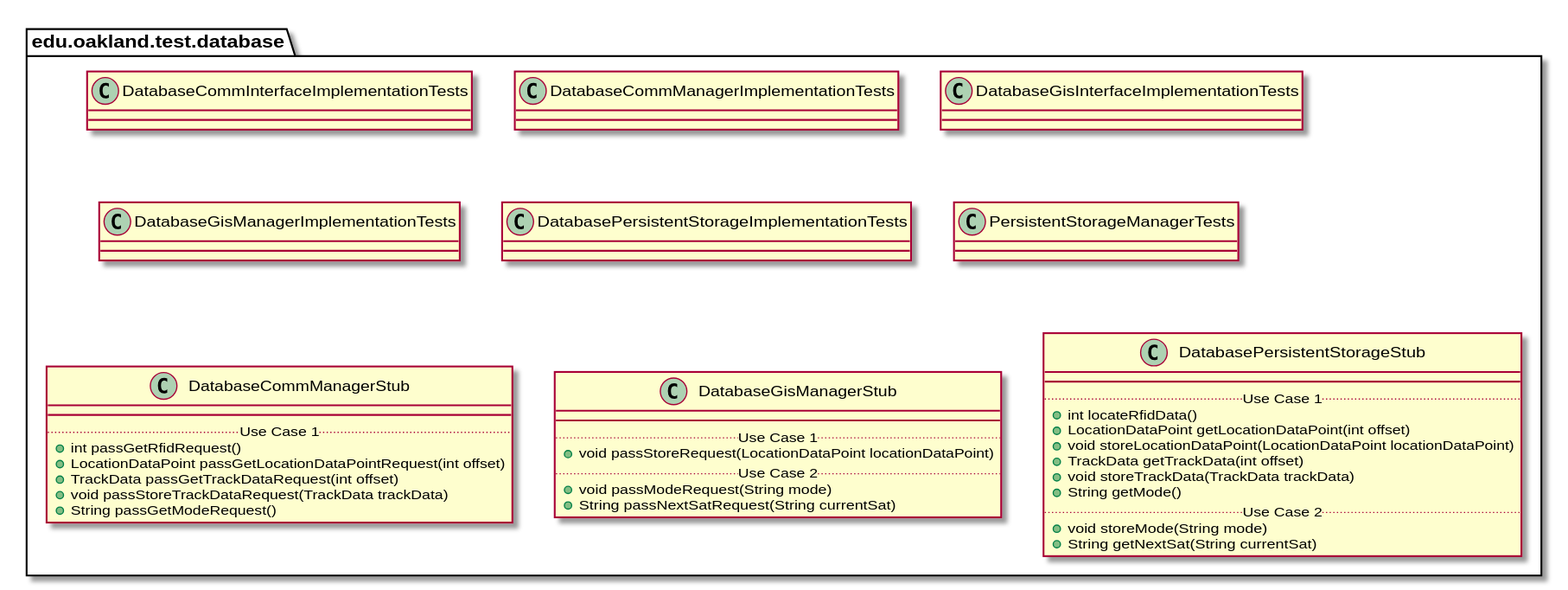
The PlantUML diagram docs/uml-class-diagrams/database/test/DatabaseTestPackage.svg in elilley15/csi-3370-software-project, before a commit.
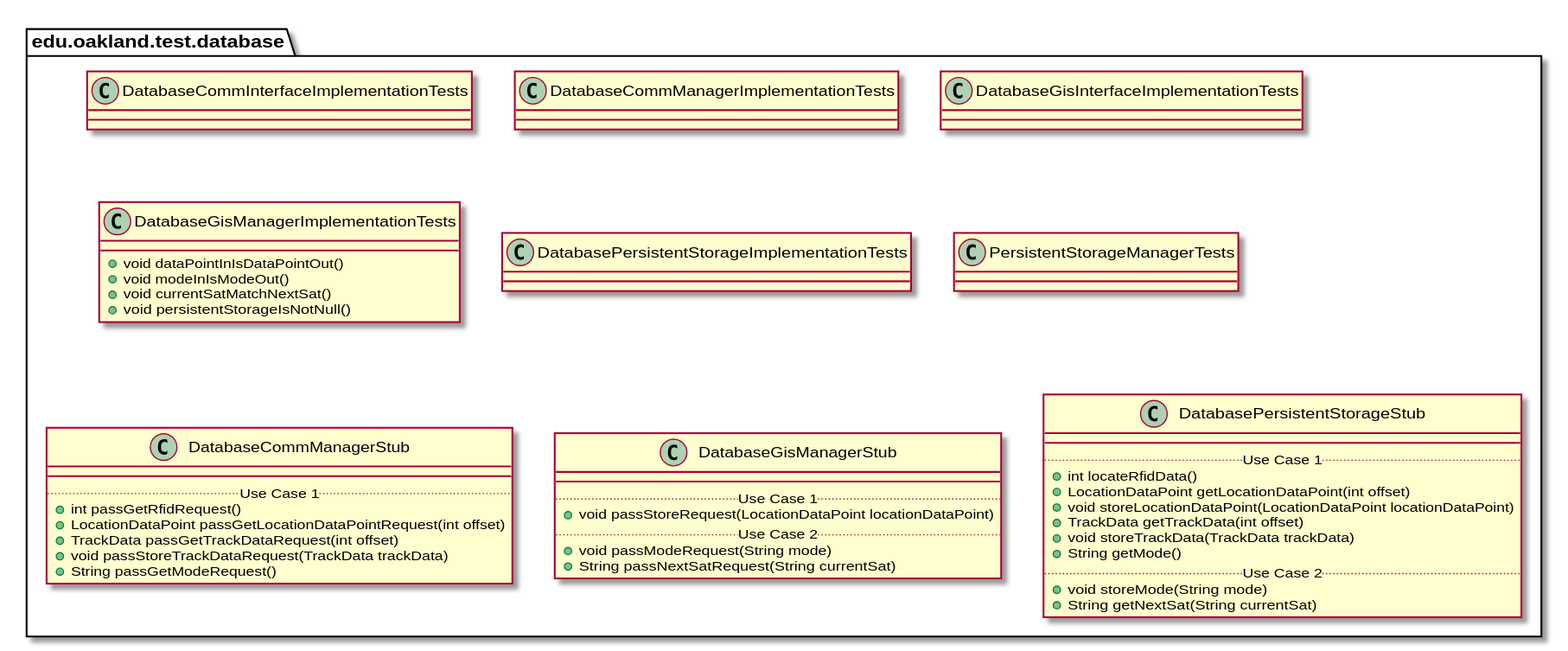
The same file after the commit.

Change to the diagram source:
```diff
@@ -28,7 +28,10 @@
 
 package edu.oakland.test.database {
     class DatabaseGisManagerImplementationTests {
-
+        + void dataPointInIsDataPointOut()
+        + void modeInIsModeOut()
+        + void currentSatMatchNextSat()
+        + void persistentStorageIsNotNull()
     }
 }
 
```
